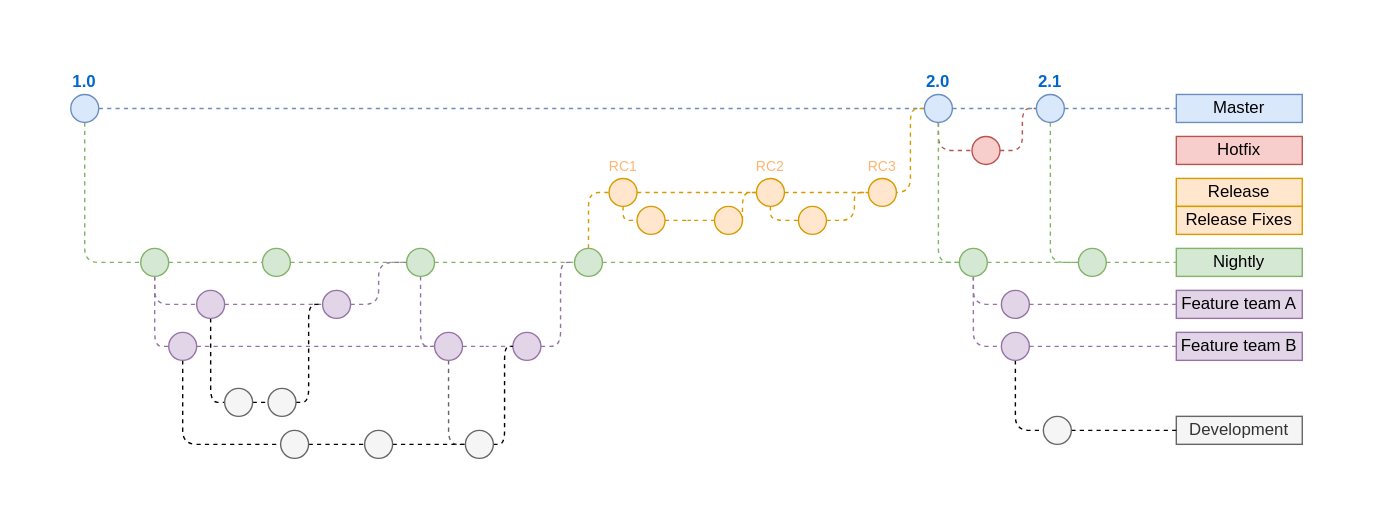
Before: schema.drawio.svg, a diagram exported from draw.io (federicobertoldi/test-draw-io). Source tidied: cells renumbered, new cells last; positions are measured from the earlier drawing's top-left corner, leaving out a move shared by most shapes.
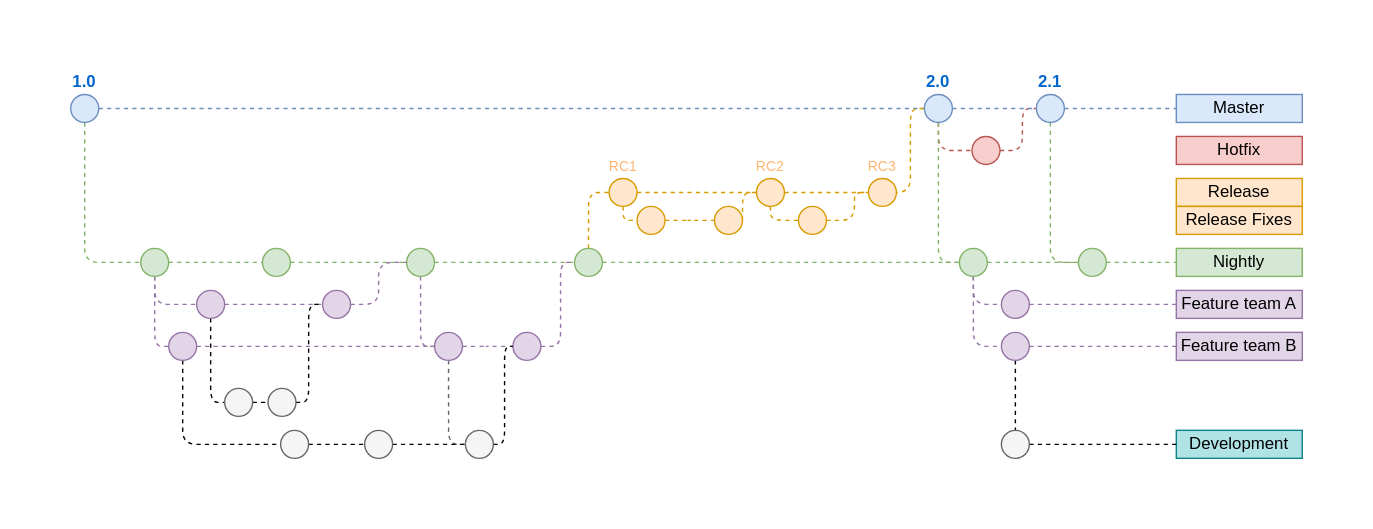
The same file after the commit.

Change to the diagram source:
```diff
@@ -257,8 +257,8 @@
     <mxCell id="60" style="ellipse;whiteSpace=wrap;html=1;fontSize=10;fillColor=#ffe6cc;strokeColor=#d79b00;" parent="1" vertex="1">
       <mxGeometry x="404.7" y="80" width="20" height="20" as="geometry" />
     </mxCell>
-    <mxCell id="61" value="Development" style="text;html=1;strokeColor=#666666;fillColor=#f5f5f5;align=center;verticalAlign=middle;whiteSpace=wrap;rounded=0;fontColor=#333333;" parent="1" vertex="1">
-      <mxGeometry x="790" y="230" width="90" height="20" as="geometry" />
+    <mxCell id="61" value="Development" style="text;html=1;strokeColor=#0e8088;fillColor=#b0e3e6;align=center;verticalAlign=middle;whiteSpace=wrap;rounded=0;" parent="1" vertex="1">
+      <mxGeometry x="790" y="240" width="90" height="20" as="geometry" />
     </mxCell>
     <mxCell id="62" style="edgeStyle=orthogonalEdgeStyle;rounded=1;jettySize=auto;html=1;dashed=1;endArrow=none;endFill=0;fontSize=12;fontColor=#FFB570;fillColor=#ffe6cc;strokeColor=#d79b00;entryX=0;entryY=0.5;entryDx=0;entryDy=0;" parent="1" edge="1" source="63" target="31">
       <mxGeometry relative="1" as="geometry">
@@ -342,7 +342,7 @@
       <mxGeometry relative="1" as="geometry" />
     </mxCell>
     <mxCell id="82" style="ellipse;whiteSpace=wrap;html=1;fontSize=10;fontColor=#333333;fillColor=#f5f5f5;strokeColor=#666666;" parent="1" vertex="1">
-      <mxGeometry x="695" y="230" width="20" height="20" as="geometry" />
+      <mxGeometry x="665" y="240" width="20" height="20" as="geometry" />
     </mxCell>
   </root>
 </mxGraphModel>
```
